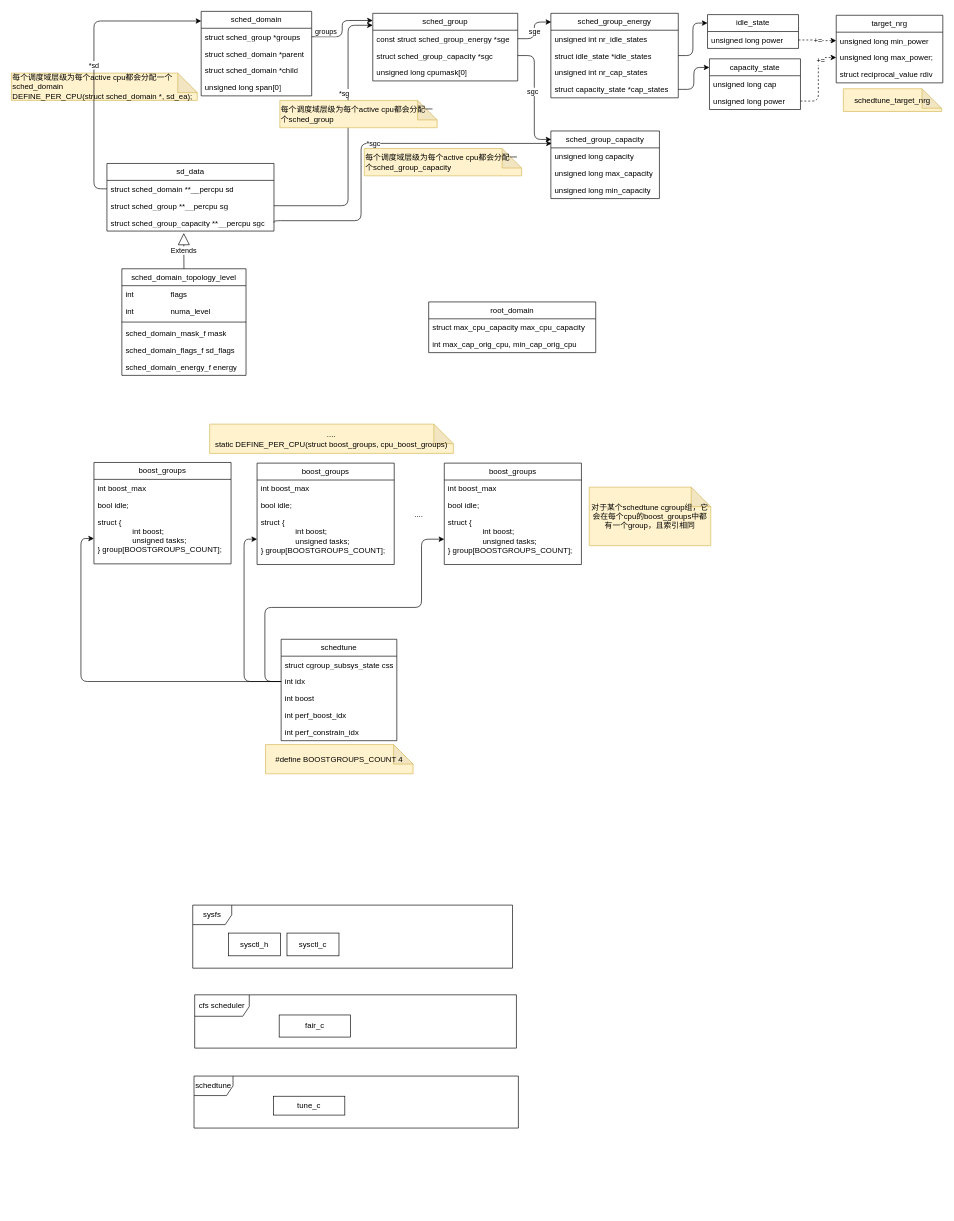
This is schedtune.drawio from jasonactions/graph, a draw.io file, before an edit. Source tidied: cells renumbered, new cells numbered last; positions are measured from the earlier drawing's top-left corner, leaving out a move shared by most shapes. Both pictures are drawn from the tidied source at 65%, with x=0, y=0 at pixel (11, 11).
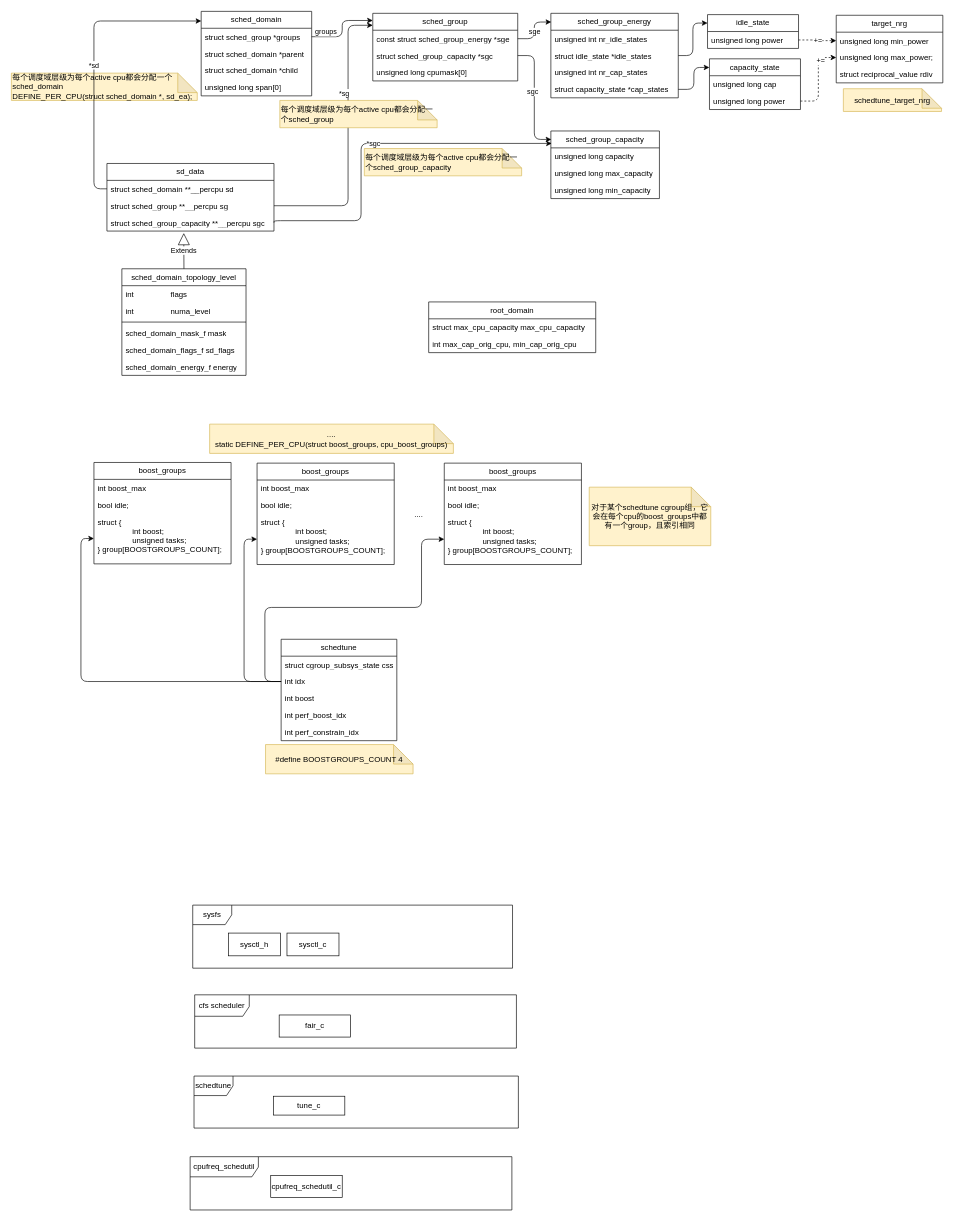
The same page after the edit.

Diff of the diagram source:
```diff
@@
+    <mxCell id="98" value="cpufreq_schedutil" style="shape=umlFrame;whiteSpace=wrap;html=1;width=105;height=31;" parent="1" vertex="1">
+      <mxGeometry x="275" y="1762" width="495" height="82" as="geometry" />
+    </mxCell>
+    <mxCell id="99" value="cpufreq_schedutil_c" style="html=1;whiteSpace=wrap;" parent="1" vertex="1">
+      <mxGeometry x="399" y="1791" width="110" height="34" as="geometry" />
+    </mxCell>
```
